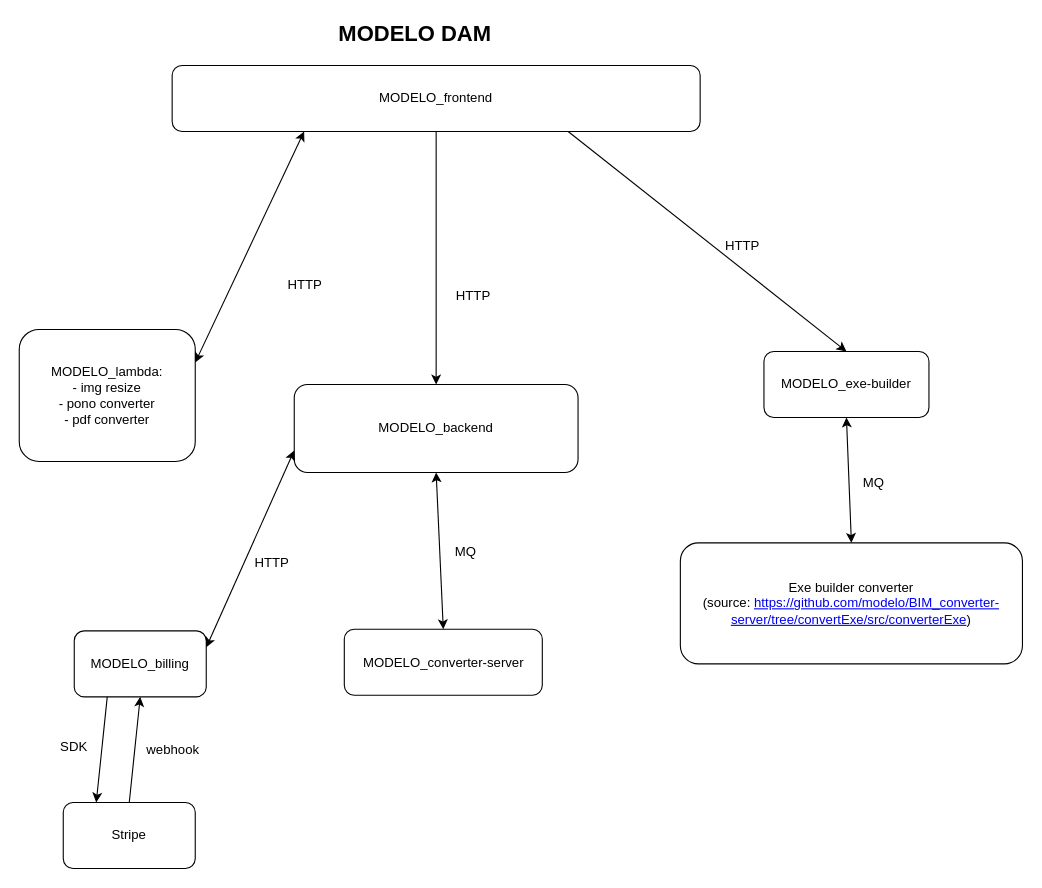
Earlier version of the draw.io diagram Untitled Diagram.drawio (timqian/draw-io). Source tidied: cells renumbered, new cells numbered last; positions are measured from the earlier drawing's top-left corner, leaving out a move shared by most shapes. Both pictures are drawn from the tidied source at 110%, with x=0, y=0 at pixel (19, 21).
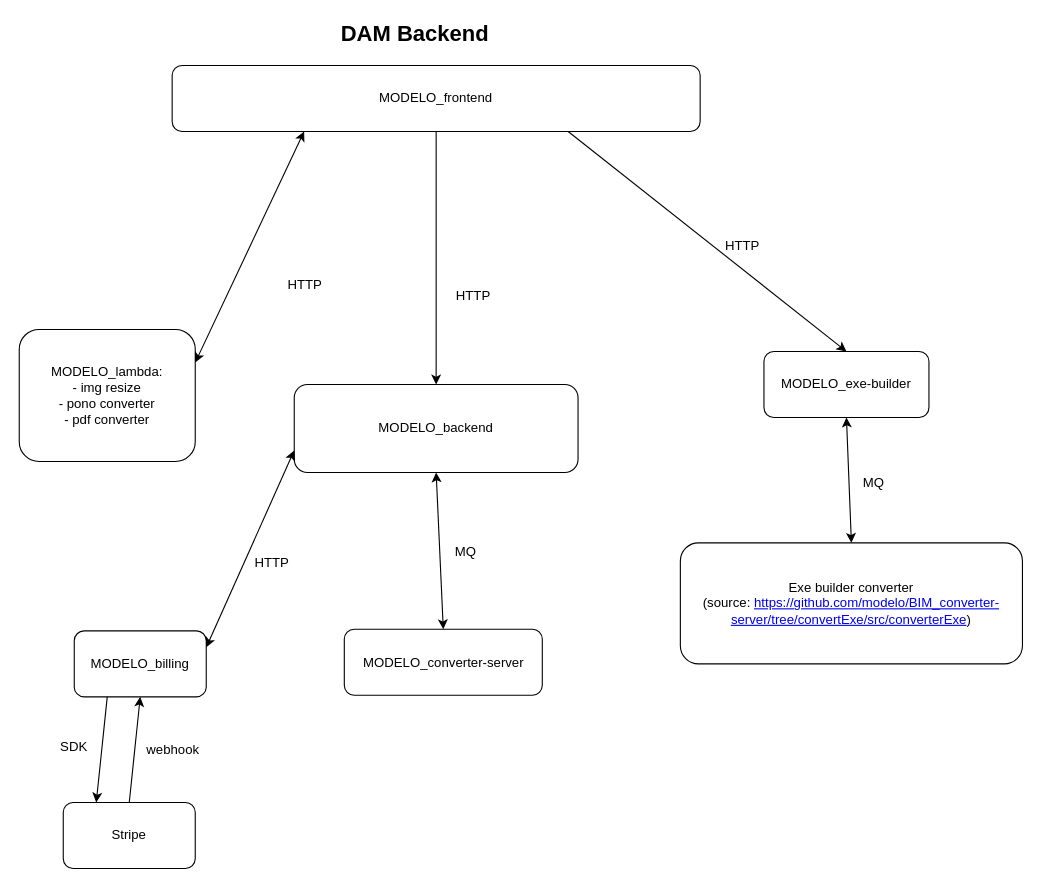
Above is the later version.

What changed in the source:
```diff
@@
-    <mxCell id="2" value="&lt;b&gt;&lt;font style=&quot;font-size: 20px&quot;&gt;MODELO DAM&lt;/font&gt;&lt;/b&gt;&lt;br&gt;" style="text;html=1;strokeColor=none;fillColor=none;align=center;verticalAlign=middle;whiteSpace=wrap;rounded=0;" parent="1" vertex="1">
+    <mxCell id="2" value="&lt;b&gt;&lt;font style=&quot;font-size: 20px&quot;&gt;DAM Backend&lt;/font&gt;&lt;/b&gt;&lt;br&gt;" style="text;html=1;strokeColor=none;fillColor=none;align=center;verticalAlign=middle;whiteSpace=wrap;rounded=0;" parent="1" vertex="1">
       <mxGeometry x="230" width="260" height="20" as="geometry" />
     </mxCell>
```
